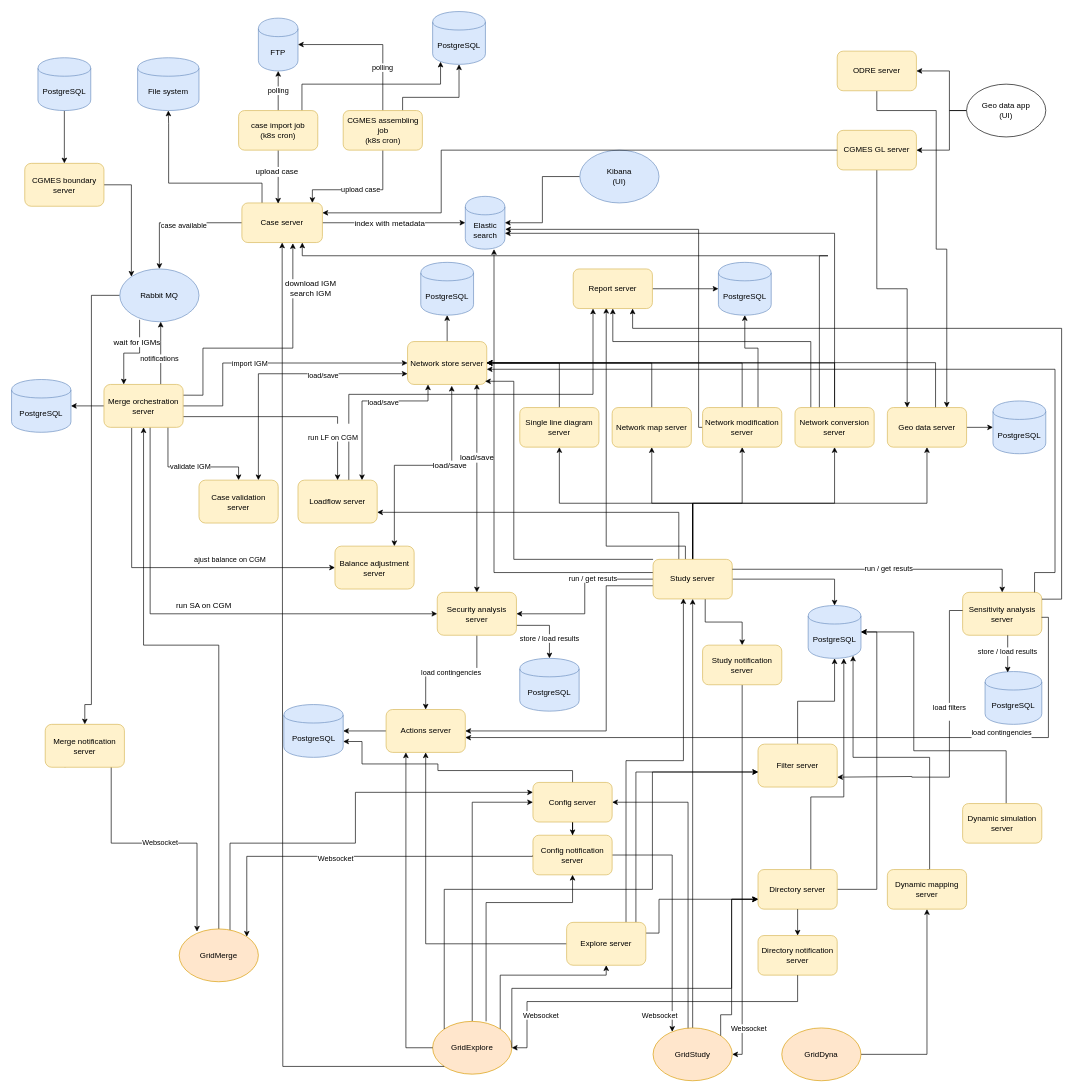
gridsuite/documentation keeps this draw.io diagram as diagrams/gridsuite_architecture.drawio. Above is the earlier version. Source tidied: cells renumbered, new cells numbered last; positions are measured from the earlier drawing's top-left corner, leaving out a move shared by most shapes. Both pictures are drawn from the tidied source at 66%, with x=0, y=0 at pixel (11, 11).
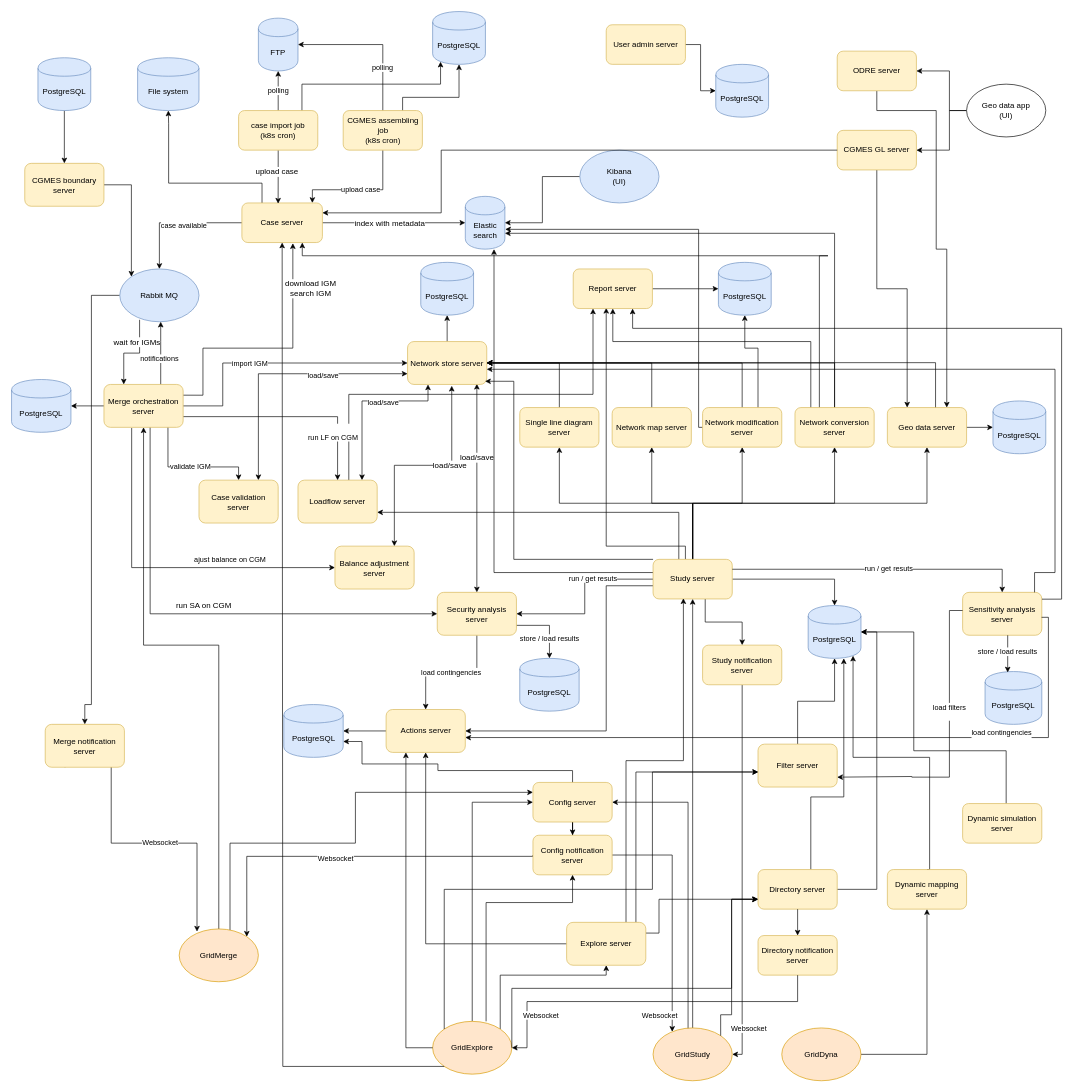
Above is the later version.

Commit message (it also covers changes not shown here):
Add documentation for user admin server in README Modification of document in drawio format Generation of new svg document

Change to the diagram source:
```diff
@@
+    <mxCell id="171" style="edgeStyle=orthogonalEdgeStyle;rounded=0;jettySize=auto;html=1;exitX=1;exitY=0.5;exitDx=0;exitDy=0;entryX=0;entryY=0.5;entryDx=0;entryDy=0;" parent="1" edge="1" source="172" target="173">
+      <mxGeometry relative="1" as="geometry">
+        <Array as="points">
+          <mxPoint x="1044" y="50" />
+          <mxPoint x="1044" y="120" />
+        </Array>
+      </mxGeometry>
+    </mxCell>
+    <mxCell id="172" value="User admin server" style="rounded=1;whiteSpace=wrap;html=1;fillColor=#fff2cc;strokeColor=#d6b656;" parent="1" vertex="1">
+      <mxGeometry x="901" y="20" width="120" height="60" as="geometry" />
+    </mxCell>
+    <mxCell id="173" value="PostgreSQL" style="shape=cylinder;whiteSpace=wrap;html=1;boundedLbl=1;backgroundOutline=1;fillColor=#dae8fc;strokeColor=#6c8ebf;" parent="1" vertex="1">
+      <mxGeometry x="1067" y="80" width="80" height="80" as="geometry" />
+    </mxCell>
```
